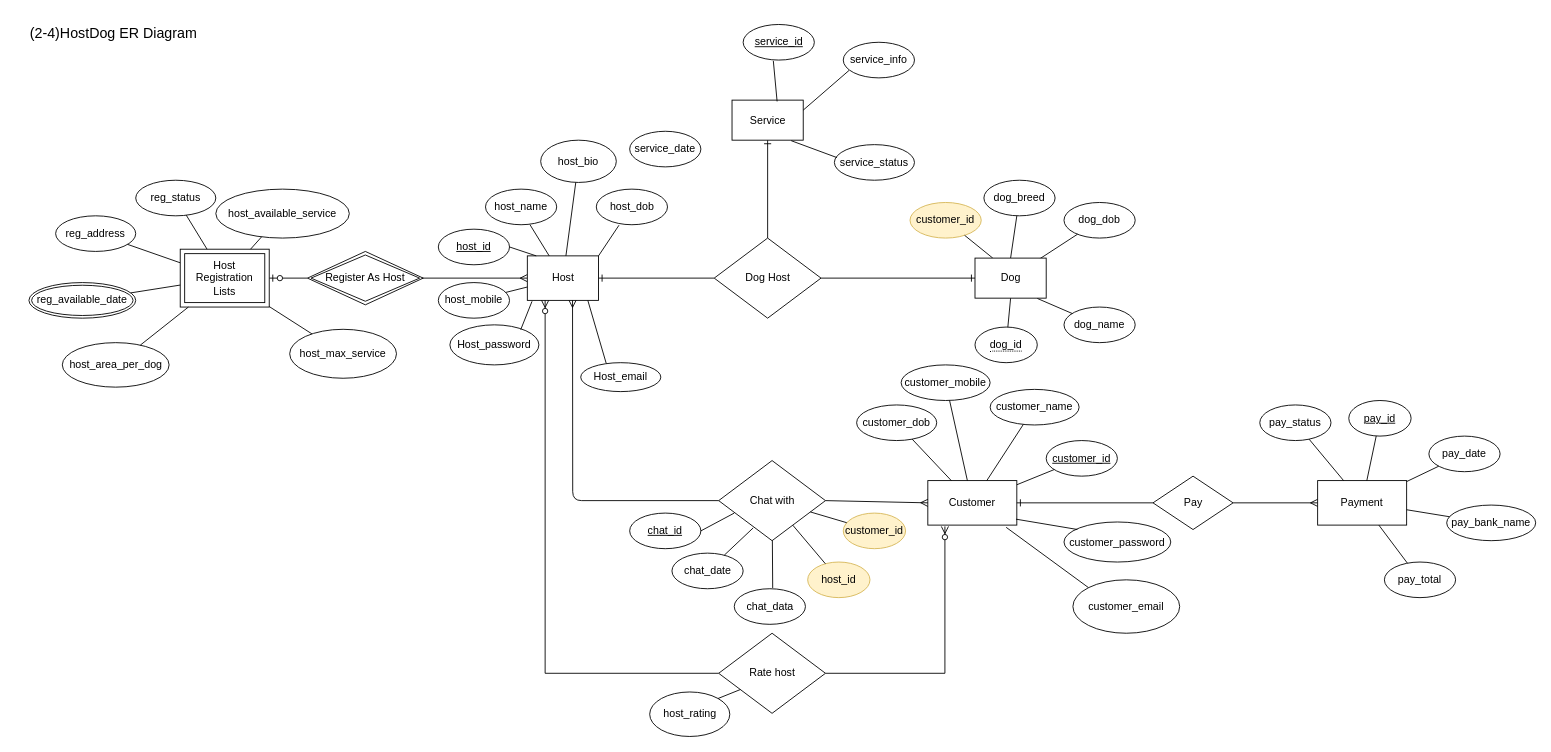
Before: page "Copy of Page-1" (2 of 2) of ProjectProcesses/HostDog_6ERD/ERD.drawio in Hostdogs/Project_Hostdog, a draw.io diagram. Source tidied: cells renumbered, new cells numbered last; positions are measured from the earlier drawing's top-left corner, leaving out a move shared by most shapes. Both pictures are drawn from the tidied source at 89%, with x=0, y=0 at pixel (15, 24).
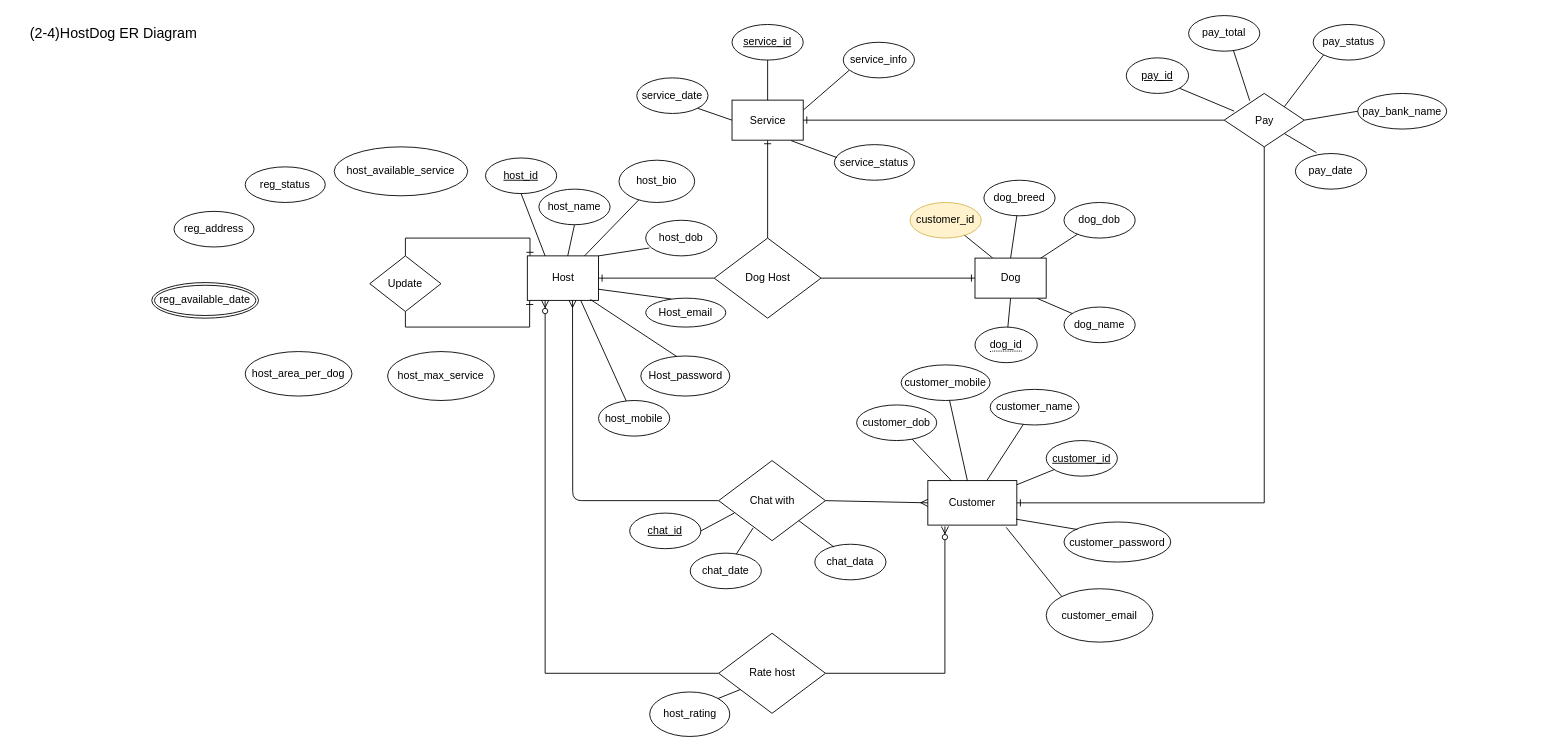
The same page after the edit.

Unchanged cells that the change refers to:
```xml
<mxCell id="4" value="Host" style="html=1;dashed=0;whitespace=wrap;" parent="1" vertex="1">
  <mxGeometry x="575" y="260" width="80" height="50" as="geometry" />
</mxCell>
<mxCell id="8" value="Customer" style="whiteSpace=wrap;html=1;dashed=0;" parent="1" vertex="1">
  <mxGeometry x="1025" y="512.5" width="100" height="50" as="geometry" />
</mxCell>
<mxCell id="35" value="Chat with" style="shape=rhombus;html=1;dashed=0;whitespace=wrap;perimeter=rhombusPerimeter;" parent="1" vertex="1">
  <mxGeometry x="790" y="490" width="120" height="90" as="geometry" />
</mxCell>
<mxCell id="96" value="Service" style="html=1;dashed=0;whitespace=wrap;" parent="1" vertex="1">
  <mxGeometry x="805" y="85" width="80" height="45" as="geometry" />
</mxCell>
```

Change to the diagram source:
```diff
@@
-    <mxCell id="3" style="edgeStyle=orthogonalEdgeStyle;rounded=0;jettySize=auto;html=1;startArrow=ERmany;startFill=0;endArrow=none;endFill=0;entryX=1;entryY=0.5;entryDx=0;entryDy=0;" parent="1" edge="1" source="4" target="21">
-      <mxGeometry relative="1" as="geometry">
-        <Array as="points">
-          <mxPoint x="435" y="285" />
-          <mxPoint x="435" y="285" />
-        </Array>
-      </mxGeometry>
-    </mxCell>
+    <mxCell id="102" style="edgeStyle=orthogonalEdgeStyle;rounded=0;jettySize=auto;html=1;entryX=0.5;entryY=0;entryDx=0;entryDy=0;startArrow=ERone;startFill=0;endArrow=none;endFill=0;" parent="1" edge="1" source="4" target="111">
+      <mxGeometry relative="1" as="geometry">
+        <Array as="points">
+          <mxPoint x="578" y="240" />
+          <mxPoint x="438" y="240" />
+        </Array>
+      </mxGeometry>
+    </mxCell>
@@
     <mxCell id="9" value="&lt;u&gt;host_id&lt;/u&gt;" style="ellipse;whiteSpace=wrap;html=1;align=center;" parent="1" vertex="1">
-      <mxGeometry x="475" y="230" width="80" height="40" as="geometry" />
+      <mxGeometry x="528" y="150" width="80" height="40" as="geometry" />
     </mxCell>
@@
     <mxCell id="11" value="host_name" style="ellipse;whiteSpace=wrap;html=1;align=center;" parent="1" vertex="1">
-      <mxGeometry x="528" y="185" width="80" height="40" as="geometry" />
+      <mxGeometry x="588" y="185" width="80" height="40" as="geometry" />
     </mxCell>
     <mxCell id="12" value="host_mobile" style="ellipse;whiteSpace=wrap;html=1;align=center;" parent="1" vertex="1">
-      <mxGeometry x="475" y="290" width="80" height="40" as="geometry" />
+      <mxGeometry x="655" y="422.5" width="80" height="40" as="geometry" />
     </mxCell>
@@
     <mxCell id="16" value="host_dob" style="ellipse;whiteSpace=wrap;html=1;align=center;" parent="1" vertex="1">
-      <mxGeometry x="652.5" y="185" width="80" height="40" as="geometry" />
+      <mxGeometry x="708" y="220" width="80" height="40" as="geometry" />
     </mxCell>
@@
     <mxCell id="20" value="reg_address" style="ellipse;whiteSpace=wrap;html=1;align=center;" parent="1" vertex="1">
-      <mxGeometry x="45" y="215" width="90" height="40" as="geometry" />
+      <mxGeometry x="178" y="210" width="90" height="40" as="geometry" />
     </mxCell>
-    <mxCell id="21" value="Register As Host" style="shape=rhombus;double=1;perimeter=rhombusPerimeter;whiteSpace=wrap;html=1;align=center;" parent="1" vertex="1">
-      <mxGeometry x="328" y="255" width="130" height="60" as="geometry" />
-    </mxCell>
-    <mxCell id="22" style="edgeStyle=orthogonalEdgeStyle;rounded=0;jettySize=auto;html=1;entryX=0;entryY=0.5;entryDx=0;entryDy=0;startArrow=ERzeroToOne;startFill=1;endArrow=none;endFill=0;strokeColor=#000000;" parent="1" edge="1" source="23" target="21">
-      <mxGeometry relative="1" as="geometry" />
-    </mxCell>
-    <mxCell id="23" value="Host Registration&lt;br&gt;Lists" style="shape=ext;margin=3;double=1;whiteSpace=wrap;html=1;align=center;" parent="1" vertex="1">
-      <mxGeometry x="185" y="252.5" width="100" height="65" as="geometry" />
-    </mxCell>
     <mxCell id="24" value="&lt;span id=&quot;docs-internal-guid-30986fa8-7fff-0614-75b4-e867255551bc&quot;&gt;&lt;span style=&quot;font-size: 9pt ; font-family: &amp;#34;arial&amp;#34; ; vertical-align: baseline&quot;&gt;reg_available_date&lt;/span&gt;&lt;/span&gt;" style="ellipse;shape=doubleEllipse;margin=3;whiteSpace=wrap;html=1;align=center;" parent="1" vertex="1">
-      <mxGeometry x="15" y="290" width="120" height="40" as="geometry" />
+      <mxGeometry x="153" y="290" width="120" height="40" as="geometry" />
     </mxCell>
     <mxCell id="25" value="reg_status" style="ellipse;whiteSpace=wrap;html=1;align=center;" parent="1" vertex="1">
-      <mxGeometry x="135" y="175" width="90" height="40" as="geometry" />
+      <mxGeometry x="258" y="160" width="90" height="40" as="geometry" />
     </mxCell>
-    <mxCell id="26" style="edgeStyle=orthogonalEdgeStyle;rounded=0;jettySize=auto;html=1;entryX=1;entryY=0.5;entryDx=0;entryDy=0;startArrow=none;startFill=0;endArrow=ERone;endFill=0;" parent="1" edge="1" source="28" target="8">
+    <mxCell id="26" style="edgeStyle=orthogonalEdgeStyle;rounded=0;jettySize=auto;html=1;entryX=1;entryY=0.5;entryDx=0;entryDy=0;startArrow=none;startFill=0;endArrow=ERone;endFill=0;exitX=0.5;exitY=1;exitDx=0;exitDy=0;" parent="1" edge="1" source="28" target="8">
       <mxGeometry relative="1" as="geometry">
         <Array as="points">
-          <mxPoint x="1322" y="538" />
+          <mxPoint x="1403" y="538" />
         </Array>
       </mxGeometry>
     </mxCell>
-    <mxCell id="27" style="edgeStyle=orthogonalEdgeStyle;rounded=0;jettySize=auto;html=1;entryX=0;entryY=0.5;entryDx=0;entryDy=0;startArrow=none;startFill=0;endArrow=ERmany;endFill=0;" parent="1" edge="1" source="28" target="29">
-      <mxGeometry relative="1" as="geometry" />
-    </mxCell>
-    <mxCell id="28" value="Pay" style="shape=rhombus;html=1;dashed=0;whitespace=wrap;perimeter=rhombusPerimeter;" parent="1" vertex="1">
-      <mxGeometry x="1278" y="507.5" width="90" height="60" as="geometry" />
-    </mxCell>
-    <mxCell id="29" value="Payment" style="whiteSpace=wrap;html=1;dashed=0;" parent="1" vertex="1">
-      <mxGeometry x="1463" y="512.5" width="100" height="50" as="geometry" />
-    </mxCell>
     <mxCell id="30" value="&lt;u&gt;pay_id&lt;/u&gt;" style="ellipse;whiteSpace=wrap;html=1;align=center;" parent="1" vertex="1">
-      <mxGeometry x="1498" y="422.5" width="70" height="40" as="geometry" />
+      <mxGeometry x="1248" y="37.5" width="70" height="40" as="geometry" />
     </mxCell>
     <mxCell id="31" value="pay_date" style="ellipse;whiteSpace=wrap;html=1;align=center;" parent="1" vertex="1">
-      <mxGeometry x="1588" y="462.5" width="80" height="40" as="geometry" />
+      <mxGeometry x="1438" y="145" width="80" height="40" as="geometry" />
     </mxCell>
     <mxCell id="32" value="pay_total" style="ellipse;whiteSpace=wrap;html=1;align=center;" parent="1" vertex="1">
-      <mxGeometry x="1538" y="604" width="80" height="40" as="geometry" />
+      <mxGeometry x="1318" y="-10" width="80" height="40" as="geometry" />
     </mxCell>
     <mxCell id="33" value="pay_bank_name" style="ellipse;whiteSpace=wrap;html=1;align=center;" parent="1" vertex="1">
-      <mxGeometry x="1608" y="540" width="100" height="40" as="geometry" />
+      <mxGeometry x="1508" y="77.5" width="100" height="40" as="geometry" />
     </mxCell>
@@
     <mxCell id="39" value="chat_date" style="ellipse;whiteSpace=wrap;html=1;align=center;" parent="1" vertex="1">
-      <mxGeometry x="737.5" y="594" width="80" height="40" as="geometry" />
+      <mxGeometry x="758" y="594" width="80" height="40" as="geometry" />
     </mxCell>
-    <mxCell id="40" value="customer_id" style="ellipse;whiteSpace=wrap;html=1;align=center;fillColor=#fff2cc;strokeColor=#d6b656;" parent="1" vertex="1">
-      <mxGeometry x="930" y="549" width="70" height="40" as="geometry" />
-    </mxCell>
-    <mxCell id="41" value="host_id" style="ellipse;whiteSpace=wrap;html=1;align=center;fillColor=#fff2cc;strokeColor=#d6b656;" parent="1" vertex="1">
-      <mxGeometry x="890" y="604" width="70" height="40" as="geometry" />
-    </mxCell>
     <mxCell id="42" value="service_date" style="ellipse;whiteSpace=wrap;html=1;align=center;" parent="1" vertex="1">
-      <mxGeometry x="690" y="120" width="80" height="40" as="geometry" />
+      <mxGeometry x="698" y="60" width="80" height="40" as="geometry" />
     </mxCell>
@@
     <mxCell id="44" value="chat_data" style="ellipse;whiteSpace=wrap;html=1;align=center;" parent="1" vertex="1">
-      <mxGeometry x="807.5" y="634" width="80" height="40" as="geometry" />
+      <mxGeometry x="898" y="584" width="80" height="40" as="geometry" />
     </mxCell>
     <mxCell id="45" value="pay_status" style="ellipse;whiteSpace=wrap;html=1;align=center;" parent="1" vertex="1">
-      <mxGeometry x="1398" y="427.5" width="80" height="40" as="geometry" />
+      <mxGeometry x="1458" width="80" height="40" as="geometry" />
     </mxCell>
-    <mxCell id="46" style="endArrow=none;html=1;" parent="1" edge="1" source="12" target="4">
+    <mxCell id="46" style="endArrow=none;html=1;entryX=0.75;entryY=1;entryDx=0;entryDy=0;" parent="1" edge="1" source="12" target="4">
       <mxGeometry relative="1" as="geometry" />
     </mxCell>
-    <mxCell id="47" style="endArrow=none;html=1;exitX=1;exitY=0.5;exitDx=0;exitDy=0;" parent="1" edge="1" source="9">
-      <mxGeometry relative="1" as="geometry">
-        <mxPoint x="585" y="260" as="targetPoint" />
-      </mxGeometry>
+    <mxCell id="47" style="endArrow=none;html=1;exitX=0.5;exitY=1;exitDx=0;exitDy=0;entryX=0.25;entryY=0;entryDx=0;entryDy=0;" parent="1" edge="1" source="9" target="4">
+      <mxGeometry relative="1" as="geometry" />
     </mxCell>
-    <mxCell id="48" style="endArrow=none;html=1;entryX=0.625;entryY=1;entryDx=0;entryDy=0;entryPerimeter=0;" parent="1" edge="1" source="4" target="11">
+    <mxCell id="48" style="endArrow=none;html=1;entryX=0.5;entryY=1;entryDx=0;entryDy=0;" parent="1" edge="1" source="4" target="11">
       <mxGeometry relative="1" as="geometry" />
     </mxCell>
-    <mxCell id="49" style="endArrow=none;html=1;entryX=0.319;entryY=1.013;entryDx=0;entryDy=0;entryPerimeter=0;exitX=1;exitY=0;exitDx=0;exitDy=0;" parent="1" edge="1" source="4" target="16">
+    <mxCell id="49" style="endArrow=none;html=1;entryX=0.052;entryY=0.779;entryDx=0;entryDy=0;entryPerimeter=0;exitX=1;exitY=0;exitDx=0;exitDy=0;" parent="1" edge="1" source="4" target="16">
       <mxGeometry relative="1" as="geometry" />
     </mxCell>
     <mxCell id="50" value="&lt;span id=&quot;docs-internal-guid-e0f33479-7fff-462c-c469-4b47a570f0e8&quot;&gt;&lt;span style=&quot;font-size: 9pt ; font-family: &amp;#34;arial&amp;#34; ; vertical-align: baseline&quot;&gt;host_area_per_dog&lt;/span&gt;&lt;/span&gt;" style="ellipse;whiteSpace=wrap;html=1;" parent="1" vertex="1">
-      <mxGeometry x="52.5" y="357.5" width="120" height="50" as="geometry" />
+      <mxGeometry x="258" y="367.5" width="120" height="50" as="geometry" />
     </mxCell>
     <mxCell id="51" value="&lt;span id=&quot;docs-internal-guid-08d540f1-7fff-1a1d-5cfd-85d9e23f498a&quot;&gt;&lt;span style=&quot;font-size: 9pt ; font-family: &amp;#34;arial&amp;#34; ; vertical-align: baseline&quot;&gt;host_max_service&lt;/span&gt;&lt;/span&gt;" style="ellipse;whiteSpace=wrap;html=1;" parent="1" vertex="1">
-      <mxGeometry x="308" y="342.5" width="120" height="55" as="geometry" />
+      <mxGeometry x="418" y="367.5" width="120" height="55" as="geometry" />
     </mxCell>
     <mxCell id="52" value="&lt;span id=&quot;docs-internal-guid-3b901246-7fff-6723-a0c8-969ffe5aafd9&quot;&gt;&lt;span style=&quot;font-size: 9pt ; font-family: &amp;#34;arial&amp;#34; ; vertical-align: baseline&quot;&gt;host_available_service&lt;/span&gt;&lt;/span&gt;" style="ellipse;whiteSpace=wrap;html=1;" parent="1" vertex="1">
-      <mxGeometry x="225" y="185" width="150" height="55" as="geometry" />
+      <mxGeometry x="358" y="137.5" width="150" height="55" as="geometry" />
     </mxCell>
@@
-    <mxCell id="58" style="endArrow=none;html=1;exitX=0.54;exitY=-0.021;exitDx=0;exitDy=0;exitPerimeter=0;" parent="1" edge="1" source="44" target="35">
+    <mxCell id="58" style="endArrow=none;html=1;exitX=0.27;exitY=0.08;exitDx=0;exitDy=0;exitPerimeter=0;" parent="1" edge="1" source="44" target="35">
       <mxGeometry relative="1" as="geometry" />
     </mxCell>
-    <mxCell id="59" style="endArrow=none;html=1;" parent="1" edge="1" source="41" target="35">
-      <mxGeometry relative="1" as="geometry" />
-    </mxCell>
-    <mxCell id="60" style="endArrow=none;html=1;" parent="1" edge="1" source="40" target="35">
-      <mxGeometry relative="1" as="geometry" />
-    </mxCell>
@@
-    <mxCell id="65" style="endArrow=none;html=1;" parent="1" edge="1" source="50" target="23">
-      <mxGeometry relative="1" as="geometry" />
-    </mxCell>
-    <mxCell id="66" style="endArrow=none;html=1;" parent="1" edge="1" source="51" target="23">
-      <mxGeometry relative="1" as="geometry" />
-    </mxCell>
-    <mxCell id="67" style="endArrow=none;html=1;" parent="1" edge="1" source="24" target="23">
-      <mxGeometry relative="1" as="geometry" />
-    </mxCell>
-    <mxCell id="68" style="endArrow=none;html=1;" parent="1" edge="1" source="20" target="23">
-      <mxGeometry relative="1" as="geometry" />
-    </mxCell>
-    <mxCell id="69" style="endArrow=none;html=1;" parent="1" edge="1" source="23" target="25">
-      <mxGeometry relative="1" as="geometry" />
-    </mxCell>
-    <mxCell id="70" style="endArrow=none;html=1;" parent="1" edge="1" source="23" target="52">
-      <mxGeometry relative="1" as="geometry" />
-    </mxCell>
-    <mxCell id="71" style="endArrow=none;html=1;" parent="1" edge="1" source="29" target="45">
-      <mxGeometry relative="1" as="geometry" />
-    </mxCell>
-    <mxCell id="72" style="endArrow=none;html=1;" parent="1" edge="1" source="29" target="32">
-      <mxGeometry relative="1" as="geometry" />
-    </mxCell>
-    <mxCell id="73" style="endArrow=none;html=1;" parent="1" edge="1" source="33" target="29">
-      <mxGeometry relative="1" as="geometry" />
-    </mxCell>
-    <mxCell id="74" style="endArrow=none;html=1;" parent="1" edge="1" source="29" target="31">
-      <mxGeometry relative="1" as="geometry" />
-    </mxCell>
-    <mxCell id="75" style="endArrow=none;html=1;" parent="1" edge="1" source="29" target="30">
-      <mxGeometry relative="1" as="geometry" />
-    </mxCell>
@@
     <mxCell id="81" value="host_bio" style="ellipse;whiteSpace=wrap;html=1;" parent="1" vertex="1">
-      <mxGeometry x="590" y="130" width="85" height="47.5" as="geometry" />
+      <mxGeometry x="678" y="152.5" width="85" height="47.5" as="geometry" />
     </mxCell>
@@
     <mxCell id="85" value="&lt;span id=&quot;docs-internal-guid-3e81bcba-7fff-f8fd-df1f-2f7f9c384fce&quot;&gt;&lt;span style=&quot;font-size: 9pt ; font-family: &amp;#34;arial&amp;#34; ; vertical-align: baseline&quot;&gt;customer_email&lt;/span&gt;&lt;/span&gt;" style="ellipse;whiteSpace=wrap;html=1;" parent="1" vertex="1">
-      <mxGeometry x="1188" y="624" width="120" height="60" as="geometry" />
+      <mxGeometry x="1158" y="634" width="120" height="60" as="geometry" />
     </mxCell>
@@
     <mxCell id="92" value="Host_password" style="ellipse;whiteSpace=wrap;html=1;" parent="1" vertex="1">
-      <mxGeometry x="488" y="337.5" width="100" height="45" as="geometry" />
+      <mxGeometry x="702.5" y="372.5" width="100" height="45" as="geometry" />
     </mxCell>
     <mxCell id="93" value="&lt;span id=&quot;docs-internal-guid-3e81bcba-7fff-f8fd-df1f-2f7f9c384fce&quot;&gt;&lt;span style=&quot;font-size: 9pt ; font-family: &amp;#34;arial&amp;#34; ; vertical-align: baseline&quot;&gt;Host_email&lt;/span&gt;&lt;/span&gt;" style="ellipse;whiteSpace=wrap;html=1;" parent="1" vertex="1">
-      <mxGeometry x="635" y="380" width="90" height="32.5" as="geometry" />
+      <mxGeometry x="708" y="307.5" width="90" height="32.5" as="geometry" />
     </mxCell>
-    <mxCell id="94" style="endArrow=none;html=1;exitX=0.796;exitY=0.119;exitDx=0;exitDy=0;exitPerimeter=0;entryX=0.066;entryY=1.021;entryDx=0;entryDy=0;entryPerimeter=0;" parent="1" edge="1" source="92" target="4">
+    <mxCell id="94" style="endArrow=none;html=1;exitX=0.406;exitY=0.016;exitDx=0;exitDy=0;exitPerimeter=0;entryX=0.886;entryY=0.98;entryDx=0;entryDy=0;entryPerimeter=0;" parent="1" edge="1" source="92" target="4">
       <mxGeometry relative="1" as="geometry" />
     </mxCell>
-    <mxCell id="95" style="endArrow=none;html=1;exitX=0.319;exitY=0.03;exitDx=0;exitDy=0;exitPerimeter=0;entryX=0.85;entryY=1.003;entryDx=0;entryDy=0;entryPerimeter=0;" parent="1" edge="1" source="93" target="4">
+    <mxCell id="95" style="endArrow=none;html=1;exitX=0.319;exitY=0.03;exitDx=0;exitDy=0;exitPerimeter=0;entryX=1;entryY=0.75;entryDx=0;entryDy=0;" parent="1" edge="1" source="93" target="4">
       <mxGeometry relative="1" as="geometry" />
     </mxCell>
@@
     <mxCell id="97" value="&lt;u&gt;service_id&lt;/u&gt;" style="ellipse;whiteSpace=wrap;html=1;align=center;" parent="1" vertex="1">
-      <mxGeometry x="817.5" width="80" height="40" as="geometry" />
+      <mxGeometry x="805" width="80" height="40" as="geometry" />
     </mxCell>
@@
-    <mxCell id="99" style="endArrow=none;html=1;entryX=0.424;entryY=1.023;entryDx=0;entryDy=0;entryPerimeter=0;exitX=0.633;exitY=0.032;exitDx=0;exitDy=0;exitPerimeter=0;" parent="1" edge="1" source="96" target="97">
+    <mxCell id="99" style="endArrow=none;html=1;entryX=0.5;entryY=1;entryDx=0;entryDy=0;exitX=0.5;exitY=0;exitDx=0;exitDy=0;" parent="1" edge="1" source="96" target="97">
       <mxGeometry relative="1" as="geometry" />
     </mxCell>
@@
+    <mxCell id="103" style="endArrow=none;html=1;entryX=0;entryY=0.5;entryDx=0;entryDy=0;exitX=1;exitY=1;exitDx=0;exitDy=0;" parent="1" edge="1" source="42" target="96">
+      <mxGeometry relative="1" as="geometry" />
+    </mxCell>
+    <mxCell id="104" style="edgeStyle=orthogonalEdgeStyle;rounded=0;jettySize=auto;html=1;entryX=1;entryY=0.5;entryDx=0;entryDy=0;startArrow=none;startFill=0;endArrow=ERone;endFill=0;" parent="1" edge="1" source="28" target="96">
+      <mxGeometry relative="1" as="geometry" />
+    </mxCell>
+    <mxCell id="28" value="Pay" style="shape=rhombus;html=1;dashed=0;whitespace=wrap;perimeter=rhombusPerimeter;" parent="1" vertex="1">
+      <mxGeometry x="1358" y="77.5" width="90" height="60" as="geometry" />
+    </mxCell>
+    <mxCell id="105" style="endArrow=none;html=1;entryX=1;entryY=1;entryDx=0;entryDy=0;exitX=0.124;exitY=0.331;exitDx=0;exitDy=0;exitPerimeter=0;" parent="1" edge="1" source="28" target="30">
+      <mxGeometry relative="1" as="geometry" />
+    </mxCell>
+    <mxCell id="106" style="endArrow=none;html=1;entryX=0.629;entryY=0.975;entryDx=0;entryDy=0;entryPerimeter=0;exitX=0.319;exitY=0.136;exitDx=0;exitDy=0;exitPerimeter=0;" parent="1" edge="1" source="28" target="32">
+      <mxGeometry relative="1" as="geometry" />
+    </mxCell>
+    <mxCell id="107" style="endArrow=none;html=1;entryX=0;entryY=1;entryDx=0;entryDy=0;exitX=1;exitY=0;exitDx=0;exitDy=0;" parent="1" edge="1" source="28" target="45">
+      <mxGeometry relative="1" as="geometry" />
+    </mxCell>
+    <mxCell id="108" style="endArrow=none;html=1;entryX=0;entryY=0.5;entryDx=0;entryDy=0;exitX=1;exitY=0.5;exitDx=0;exitDy=0;" parent="1" edge="1" source="28" target="33">
+      <mxGeometry relative="1" as="geometry" />
+    </mxCell>
+    <mxCell id="109" style="endArrow=none;html=1;entryX=0.296;entryY=-0.025;entryDx=0;entryDy=0;exitX=1;exitY=1;exitDx=0;exitDy=0;entryPerimeter=0;" parent="1" edge="1" source="28" target="31">
+      <mxGeometry relative="1" as="geometry" />
+    </mxCell>
+    <mxCell id="110" style="edgeStyle=orthogonalEdgeStyle;rounded=0;jettySize=auto;html=1;startArrow=none;startFill=0;endArrow=ERone;endFill=0;entryX=0.033;entryY=1.013;entryDx=0;entryDy=0;entryPerimeter=0;" parent="1" edge="1" source="111" target="4">
+      <mxGeometry relative="1" as="geometry">
+        <Array as="points">
+          <mxPoint x="438" y="340" />
+          <mxPoint x="578" y="340" />
+        </Array>
+      </mxGeometry>
+    </mxCell>
+    <mxCell id="111" value="Update" style="rhombus;whiteSpace=wrap;html=1;" parent="1" vertex="1">
+      <mxGeometry x="398" y="260" width="80" height="62.5" as="geometry" />
+    </mxCell>
```
